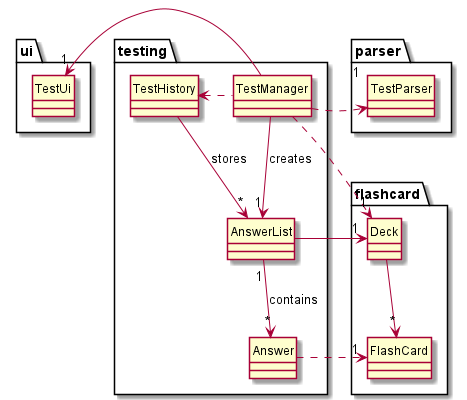
Earlier version of the PlantUML export docs/assets/dg diagrams/testClassDiagram.png (xkisxk/tp).
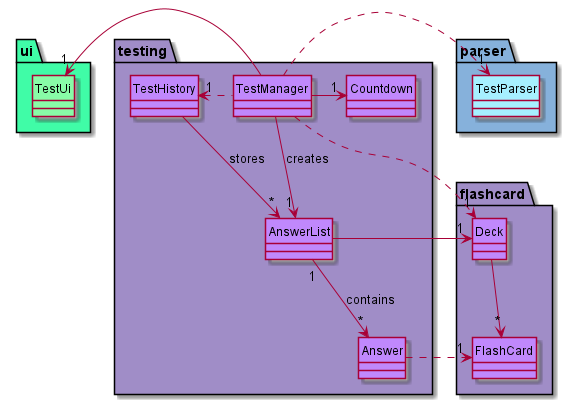
Above is the later version.

The edit, as a diff of the source:
```diff
@@ -1,32 +1,38 @@
 @startuml
 hide circle
+!include style.puml
+
+!define modelBoxCOLOUR #a08dc7
+!define parserBoxCOLOUR #86b1db
+!define uiBoxCOLOUR #40fca7
 
 skinparam classAttributeIconSize 0
-package testing {
-    class TestManager
-    class AnswerList
-    class Answer
-    class TestHistory
+package testing modelBoxCOLOUR {
+    class TestManager modelCOLOUR
+    class AnswerList modelCOLOUR
+    class Answer modelCOLOUR
+    class TestHistory modelCOLOUR
+    class Countdown modelCOLOUR
 }
 
-
-package parser {
-    class TestParser
+package parser parserBoxCOLOUR {
+    class TestParser logicCOLOUR
 }
 
-package ui {
-    class TestUi
+package ui uiBoxCOLOUR {
+    class TestUi uiCOLOUR
 }
 
-package flashcard {
-    class Deck
-    class FlashCard
+package flashcard modelBoxCOLOUR {
+    class Deck modelCOLOUR
+    class FlashCard modelCOLOUR
 }
 
 TestManager -left> "1" TestUi
+TestManager -> "1" Countdown
 TestManager .right> "1" TestParser
 TestManager --> "1" AnswerList : creates
-TestManager .left> TestHistory
+TestManager .left> "1" TestHistory
 TestManager .> "1" Deck
 
 TestHistory --> "*" AnswerList : stores
```
